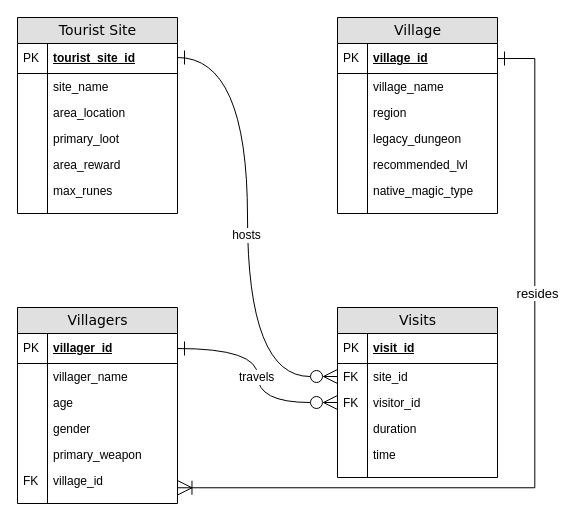
This is ELDEN RING ERD.drawio from patrickabrena/sql-assignment-3, a draw.io file, before an edit. Source tidied: cells renumbered, new cells numbered last; positions are measured from the earlier drawing's top-left corner, leaving out a move shared by most shapes. Both pictures are drawn from the tidied source at 100%, with x=0, y=0 at pixel (17, 17).
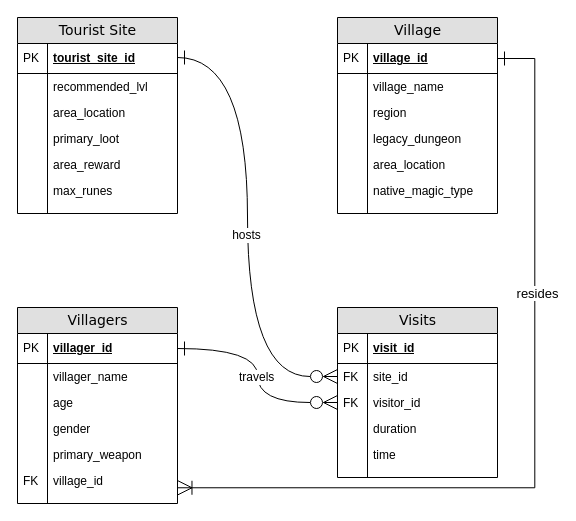
The same page after the edit.

Commit message:
switched recommended_lvl and area_location

Unchanged cells that the change refers to:
```xml
<mxCell id="2" value="Tourist Site" style="swimlane;html=1;fontStyle=0;horizontal=1;startSize=26;fillColor=#e0e0e0;swimlaneFillColor=#ffffff;align=center;rounded=0;shadow=0;comic=0;labelBackgroundColor=none;strokeWidth=1;fontFamily=Verdana;fontSize=14;swimlaneLine=1;" parent="1" vertex="1">
  <mxGeometry width="160" height="196" as="geometry" />
</mxCell>
<mxCell id="32" value="Village" style="swimlane;html=1;fontStyle=0;horizontal=1;startSize=26;fillColor=#e0e0e0;swimlaneFillColor=#ffffff;align=center;rounded=0;shadow=0;comic=0;labelBackgroundColor=none;strokeWidth=1;fontFamily=Verdana;fontSize=14;" parent="1" vertex="1">
  <mxGeometry x="320" width="160" height="196" as="geometry" />
</mxCell>
```

What changed in the source:
```diff
@@
-    <mxCell id="5" value="site_name" style="shape=partialRectangle;top=0;left=0;right=0;bottom=0;html=1;align=left;verticalAlign=top;fillColor=none;spacingLeft=34;spacingRight=4;whiteSpace=wrap;overflow=hidden;" parent="2" vertex="1">
+    <mxCell id="5" value="&lt;div&gt;recommended_lvl&lt;/div&gt;&lt;div&gt;&lt;br&gt;&lt;/div&gt;" style="shape=partialRectangle;top=0;left=0;right=0;bottom=0;html=1;align=left;verticalAlign=top;fillColor=none;spacingLeft=34;spacingRight=4;whiteSpace=wrap;overflow=hidden;" parent="2" vertex="1">
       <mxGeometry y="56" width="160" height="26" as="geometry" />
     </mxCell>
@@
-    <mxCell id="41" value="recommended_lvl" style="shape=partialRectangle;top=0;left=0;right=0;bottom=0;html=1;align=left;verticalAlign=top;fillColor=none;spacingLeft=34;spacingRight=4;whiteSpace=wrap;overflow=hidden;" parent="32" vertex="1">
+    <mxCell id="41" value="area_location" style="shape=partialRectangle;top=0;left=0;right=0;bottom=0;html=1;align=left;verticalAlign=top;fillColor=none;spacingLeft=34;spacingRight=4;whiteSpace=wrap;overflow=hidden;" parent="32" vertex="1">
       <mxGeometry y="134" width="160" height="26" as="geometry" />
     </mxCell>
```
